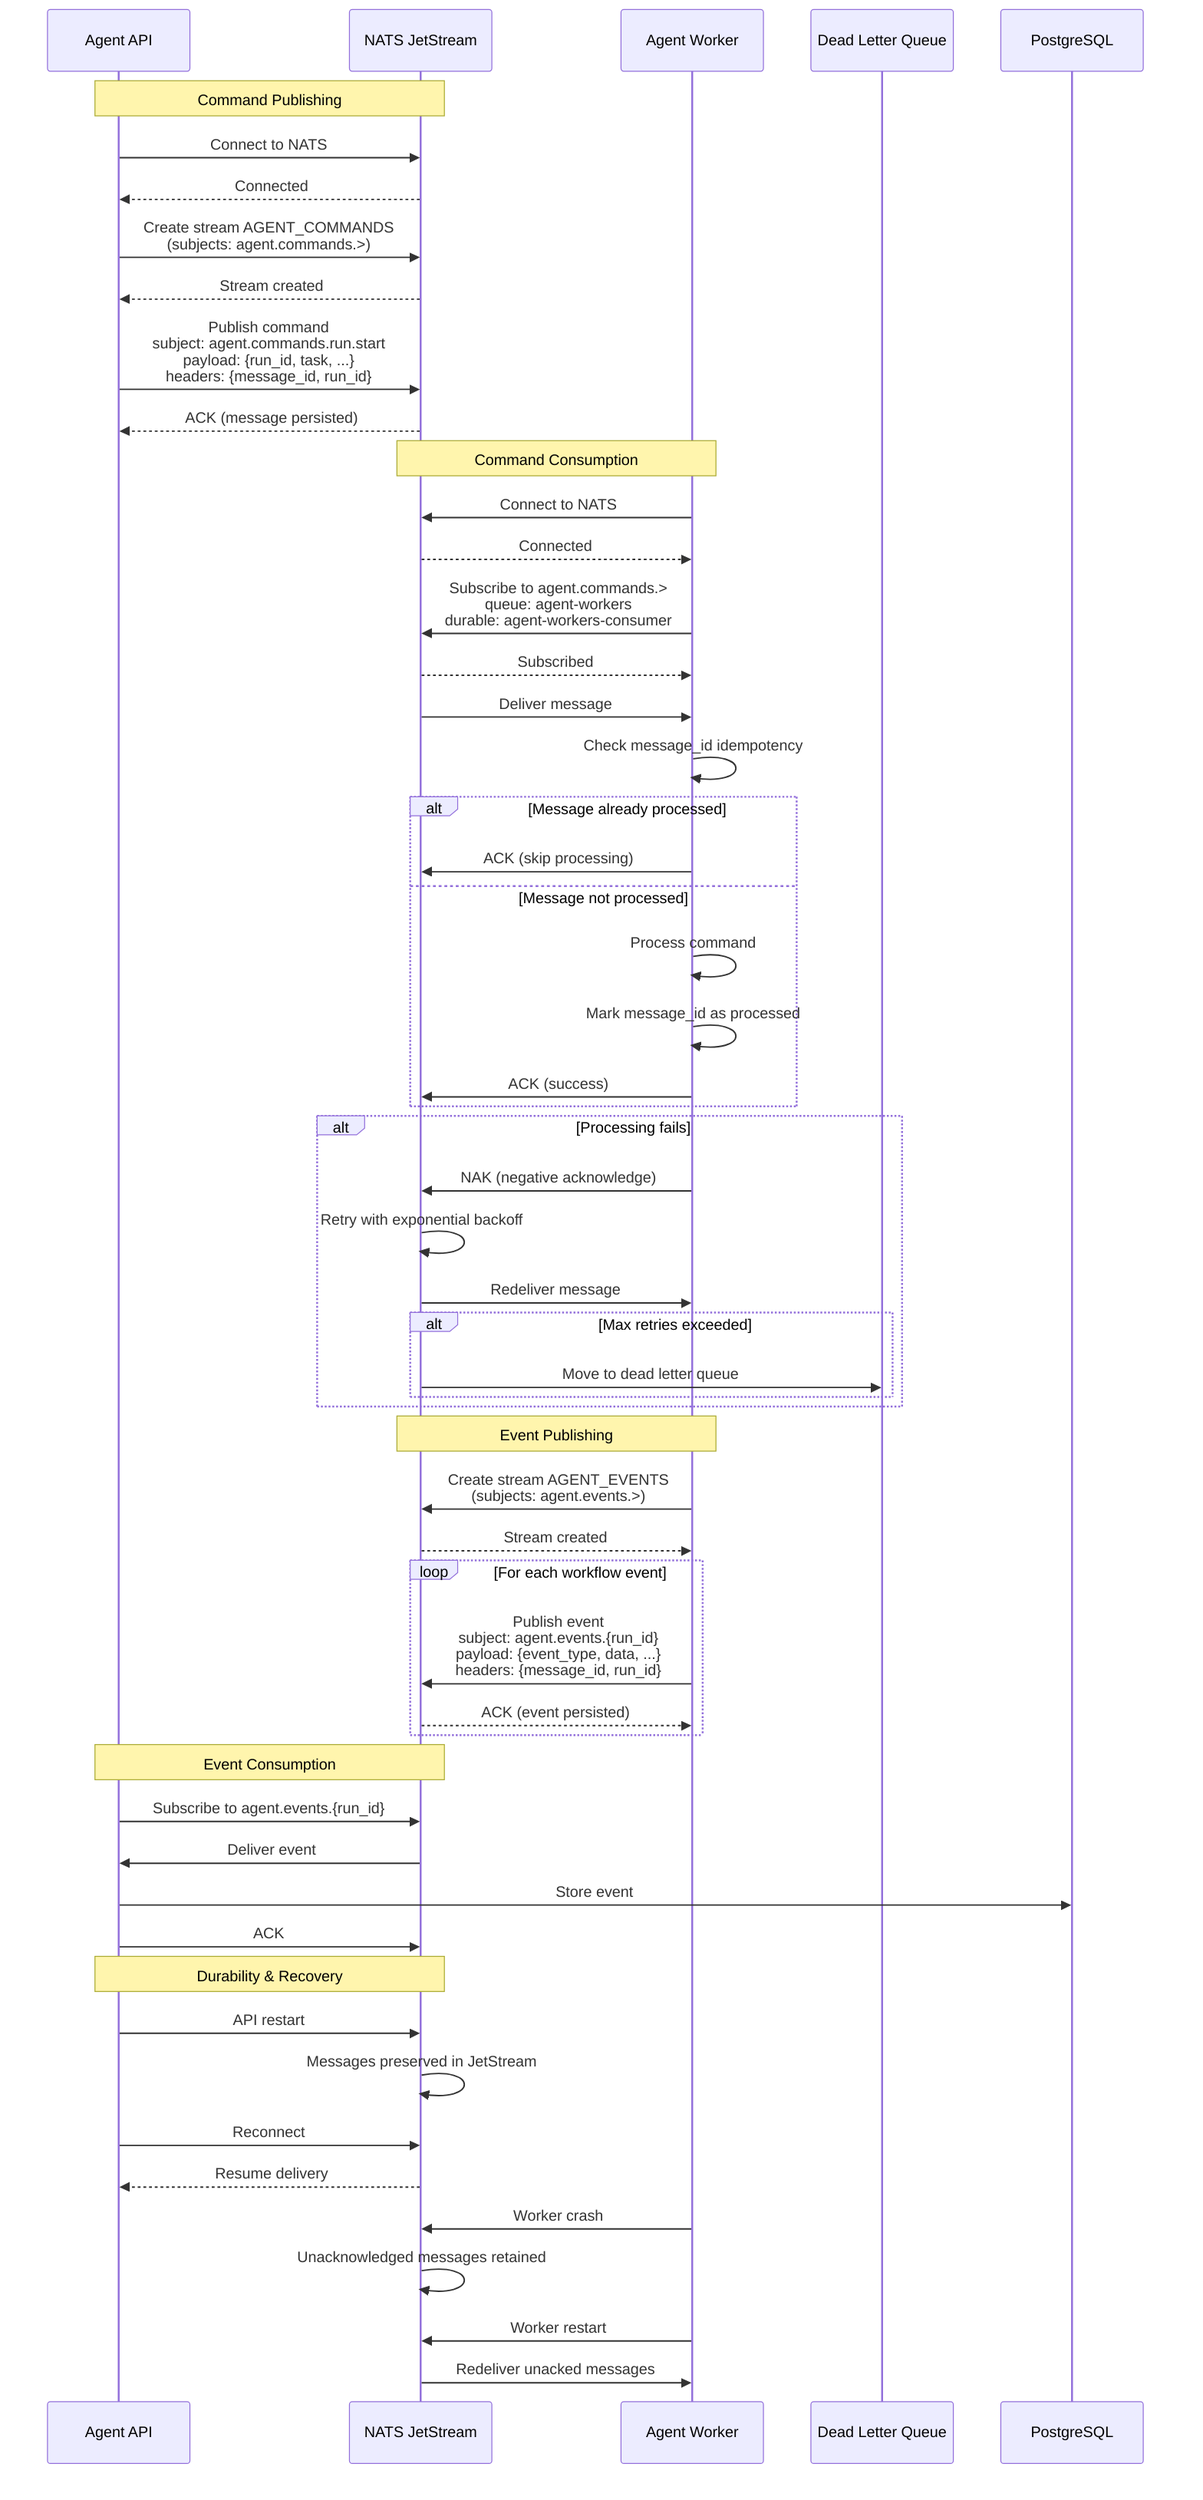
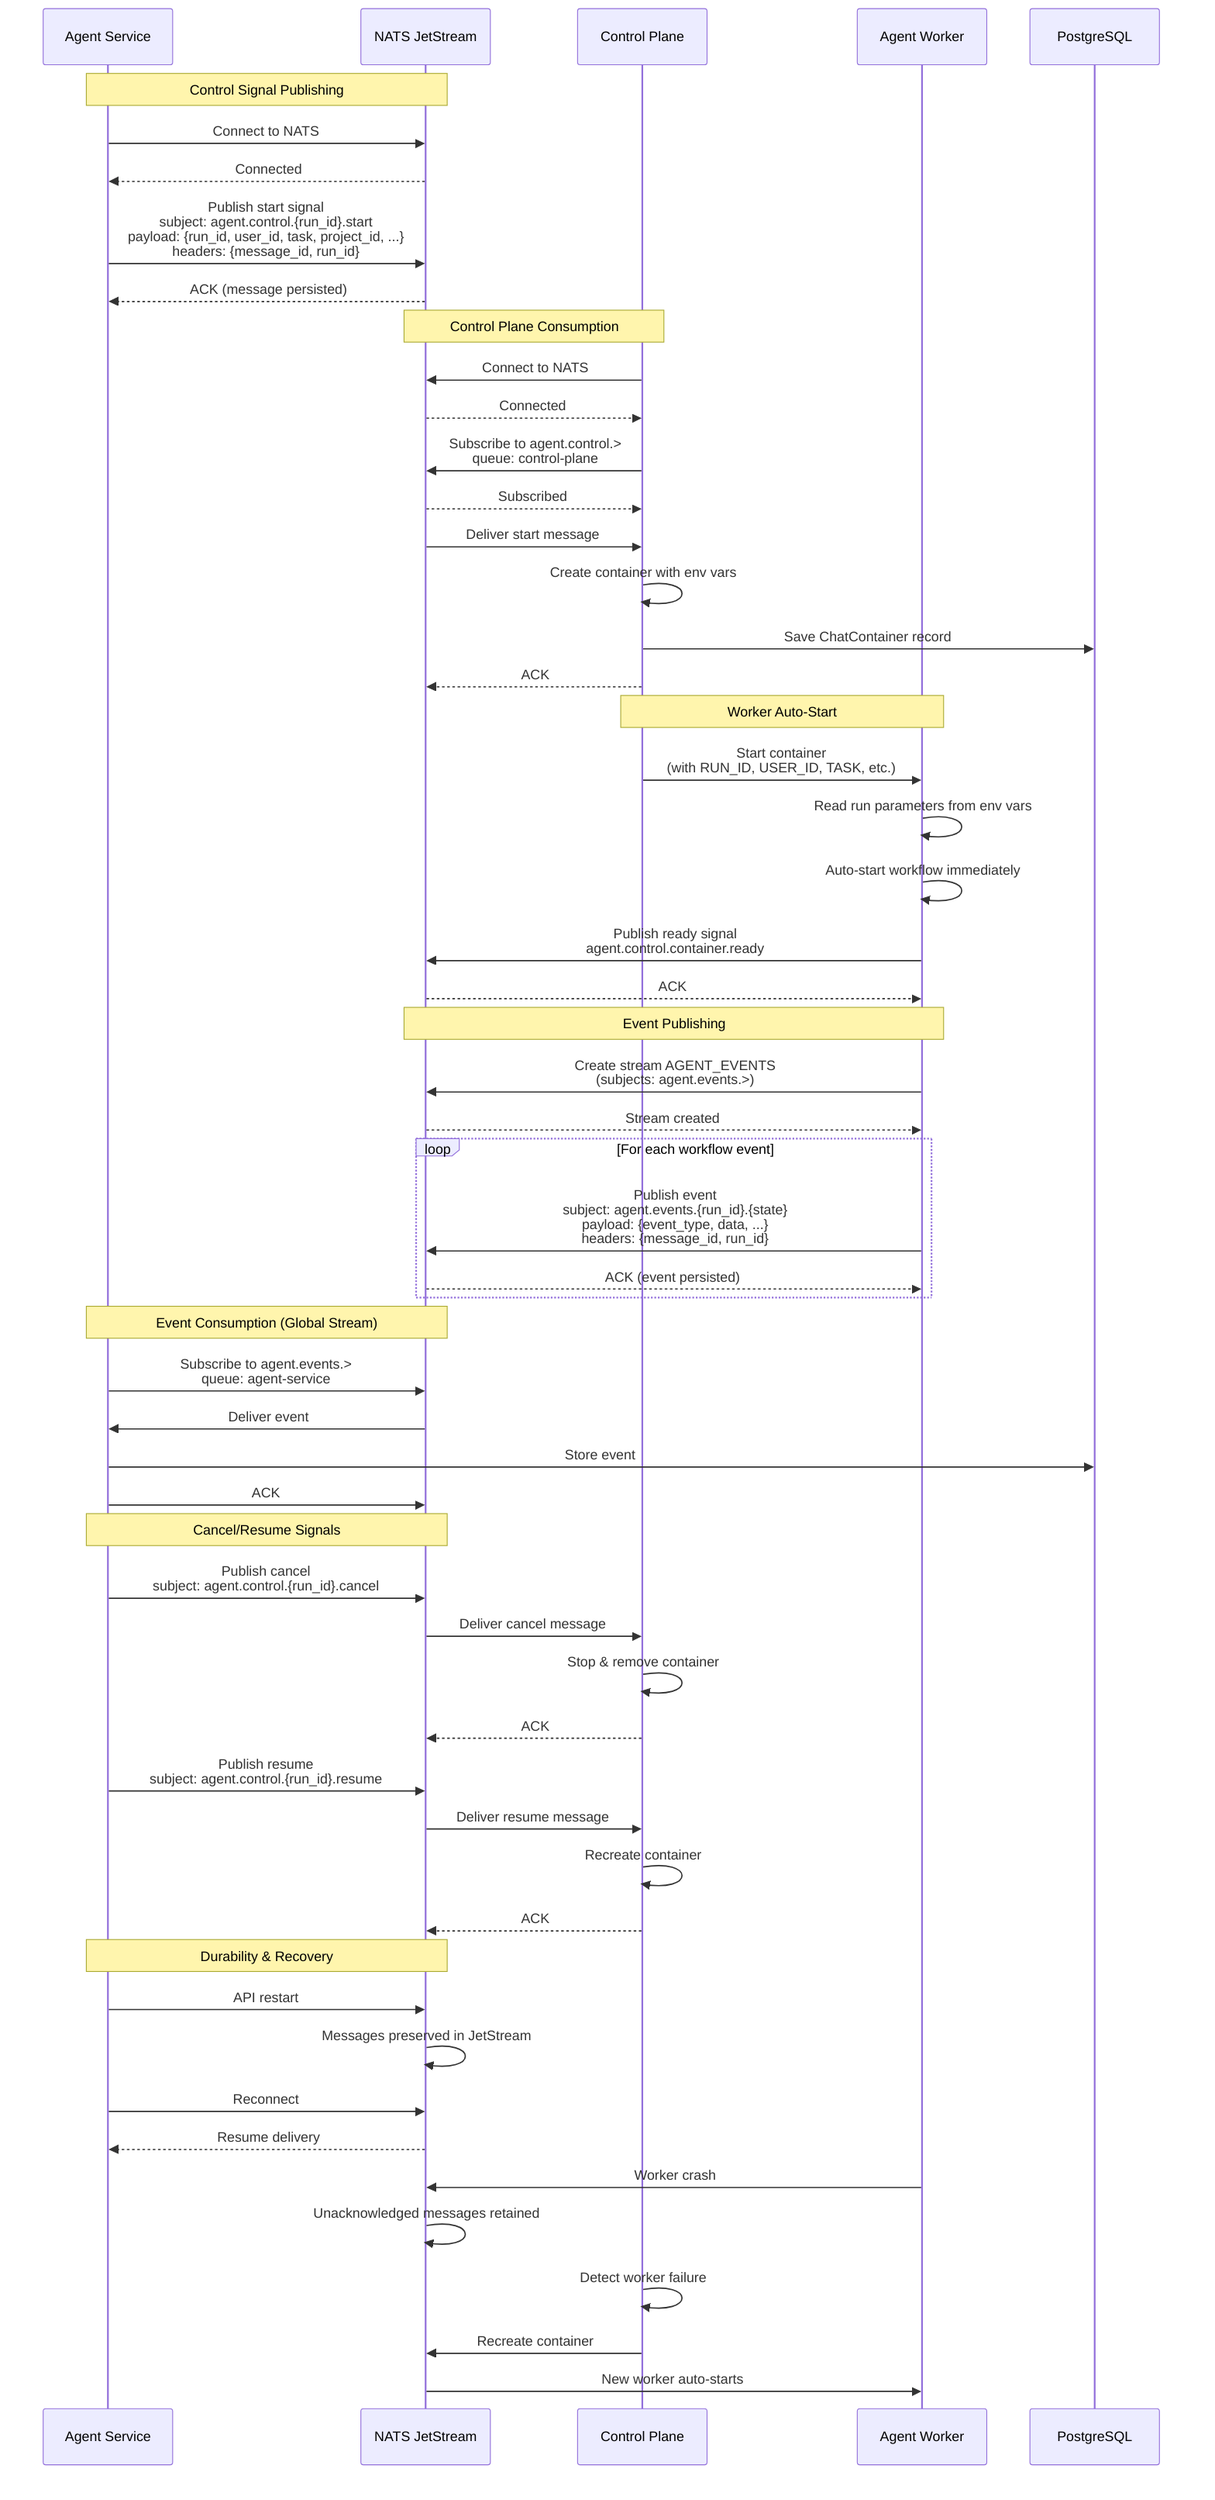
sequenceDiagram
-     participant API as Agent API
+     participant AgentService as Agent Service
    participant NATS as NATS JetStream
+     participant ControlPlane as Control Plane
    participant Worker as Agent Worker
-     participant DLQ as Dead Letter Queue

-     Note over API,NATS: Command Publishing
-     API->>NATS: Connect to NATS
-     NATS-->>API: Connected
-     API->>NATS: Create stream AGENT_COMMANDS<br/>(subjects: agent.commands.>)
-     NATS-->>API: Stream created
+     Note over AgentService,NATS: Control Signal Publishing
+     AgentService->>NATS: Connect to NATS
+     NATS-->>AgentService: Connected
+     AgentService->>NATS: Publish start signal<br/>subject: agent.control.{run_id}.start<br/>payload: {run_id, user_id, task, project_id, ...}<br/>headers: {message_id, run_id}
+     NATS-->>AgentService: ACK (message persisted)

-     API->>NATS: Publish command<br/>subject: agent.commands.run.start<br/>payload: {run_id, task, ...}<br/>headers: {message_id, run_id}
-     NATS-->>API: ACK (message persisted)
+     Note over NATS,ControlPlane: Control Plane Consumption
+     ControlPlane->>NATS: Connect to NATS
+     NATS-->>ControlPlane: Connected
+     ControlPlane->>NATS: Subscribe to agent.control.><br/>queue: control-plane
+     NATS-->>ControlPlane: Subscribed

-     Note over NATS,Worker: Command Consumption
-     Worker->>NATS: Connect to NATS
-     NATS-->>Worker: Connected
-     Worker->>NATS: Subscribe to agent.commands.><br/>queue: agent-workers<br/>durable: agent-workers-consumer
-     NATS-->>Worker: Subscribed
+     NATS->>ControlPlane: Deliver start message
+     ControlPlane->>ControlPlane: Create container with env vars
+     ControlPlane->>PostgreSQL: Save ChatContainer record
+     ControlPlane-->>NATS: ACK

-     NATS->>Worker: Deliver message
-     Worker->>Worker: Check message_id idempotency
-     alt Message already processed
-         Worker->>NATS: ACK (skip processing)
-     else Message not processed
-         Worker->>Worker: Process command
-         Worker->>Worker: Mark message_id as processed
-         Worker->>NATS: ACK (success)
-     end
- 
-     alt Processing fails
-         Worker->>NATS: NAK (negative acknowledge)
-         NATS->>NATS: Retry with exponential backoff
-         NATS->>Worker: Redeliver message
-         alt Max retries exceeded
-             NATS->>DLQ: Move to dead letter queue
-         end
-     end
+     Note over ControlPlane,Worker: Worker Auto-Start
+     ControlPlane->>Worker: Start container<br/>(with RUN_ID, USER_ID, TASK, etc.)
+     Worker->>Worker: Read run parameters from env vars
+     Worker->>Worker: Auto-start workflow immediately
+     Worker->>NATS: Publish ready signal<br/>agent.control.container.ready
+     NATS-->>Worker: ACK

    Note over Worker,NATS: Event Publishing
    Worker->>NATS: Create stream AGENT_EVENTS<br/>(subjects: agent.events.>)
    NATS-->>Worker: Stream created

    loop For each workflow event
-         Worker->>NATS: Publish event<br/>subject: agent.events.{run_id}<br/>payload: {event_type, data, ...}<br/>headers: {message_id, run_id}
+         Worker->>NATS: Publish event<br/>subject: agent.events.{run_id}.{state}<br/>payload: {event_type, data, ...}<br/>headers: {message_id, run_id}
        NATS-->>Worker: ACK (event persisted)
    end

-     Note over NATS,API: Event Consumption
-     API->>NATS: Subscribe to agent.events.{run_id}
-     NATS->>API: Deliver event
-     API->>PostgreSQL: Store event
-     API->>NATS: ACK
+     Note over NATS,AgentService: Event Consumption (Global Stream)
+     AgentService->>NATS: Subscribe to agent.events.><br/>queue: agent-service
+     NATS->>AgentService: Deliver event
+     AgentService->>PostgreSQL: Store event
+     AgentService->>NATS: ACK

-     Note over API,NATS: Durability & Recovery
-     API->>NATS: API restart
+     Note over AgentService,NATS: Cancel/Resume Signals
+     AgentService->>NATS: Publish cancel<br/>subject: agent.control.{run_id}.cancel
+     NATS->>ControlPlane: Deliver cancel message
+     ControlPlane->>ControlPlane: Stop & remove container
+     ControlPlane-->>NATS: ACK
+ 
+     AgentService->>NATS: Publish resume<br/>subject: agent.control.{run_id}.resume
+     NATS->>ControlPlane: Deliver resume message
+     ControlPlane->>ControlPlane: Recreate container
+     ControlPlane-->>NATS: ACK
+ 
+     Note over AgentService,NATS: Durability & Recovery
+     AgentService->>NATS: API restart
    NATS->>NATS: Messages preserved in JetStream
-     API->>NATS: Reconnect
-     NATS-->>API: Resume delivery
+     AgentService->>NATS: Reconnect
+     NATS-->>AgentService: Resume delivery

    Worker->>NATS: Worker crash
    NATS->>NATS: Unacknowledged messages retained
-     Worker->>NATS: Worker restart
-     NATS->>Worker: Redeliver unacked messages
+     ControlPlane->>ControlPlane: Detect worker failure
+     ControlPlane->>NATS: Recreate container
+     NATS->>Worker: New worker auto-starts
